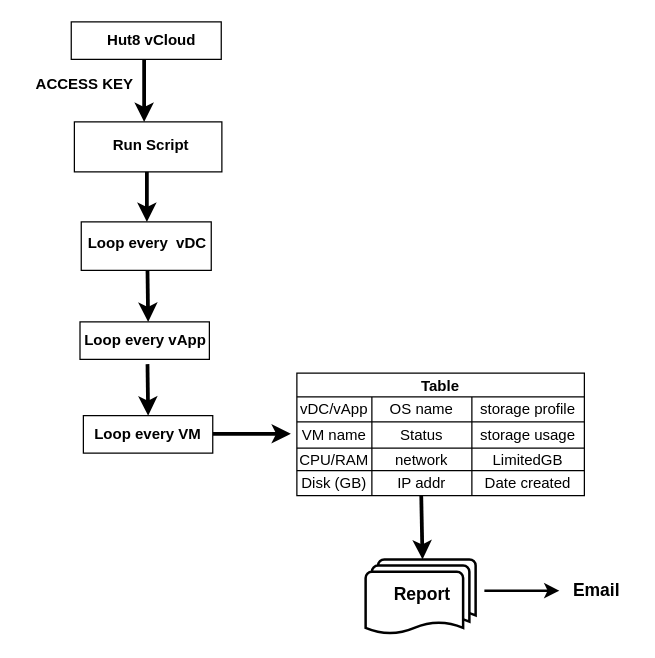
shfy70/test keeps this draw.io diagram as Untitled Diagram.drawio. Above is the earlier version. Source tidied: cells renumbered, new cells numbered last; positions are measured from the earlier drawing's top-left corner, leaving out a move shared by most shapes. Both pictures are drawn from the tidied source at 125%, with x=0, y=0 at pixel (21, 21).
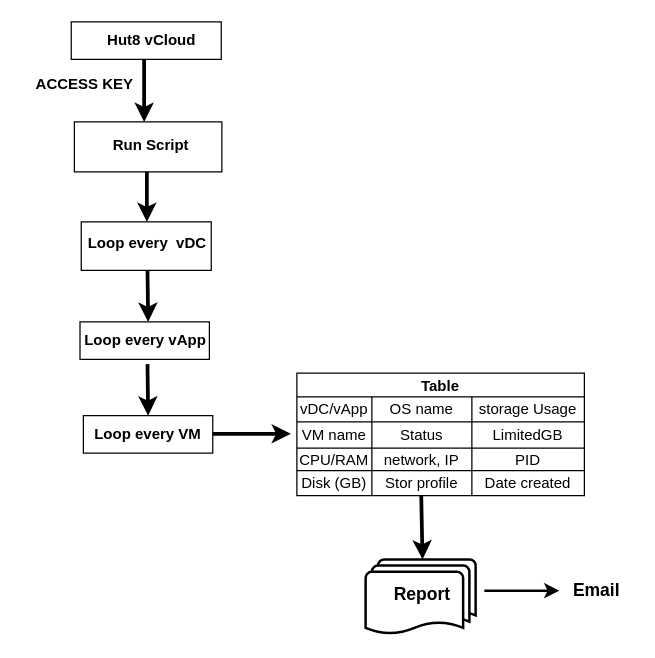
The same diagram, later.

The change refers to these unchanged cells:
```xml
<mxCell id="16" style="shape=tableRow;horizontal=0;startSize=0;swimlaneHead=0;swimlaneBody=0;top=0;left=0;bottom=0;right=0;fillColor=none;" parent="15" vertex="1">
  <mxGeometry y="19" width="230" height="20" as="geometry" />
</mxCell>
<mxCell id="20" style="shape=tableRow;horizontal=0;startSize=0;swimlaneHead=0;swimlaneBody=0;top=0;left=0;bottom=0;right=0;fillColor=none;" parent="15" vertex="1">
  <mxGeometry y="39" width="230" height="21" as="geometry" />
</mxCell>
<mxCell id="24" style="shape=tableRow;horizontal=0;startSize=0;swimlaneHead=0;swimlaneBody=0;top=0;left=0;bottom=0;right=0;fillColor=none;" parent="15" vertex="1">
  <mxGeometry y="60" width="230" height="18" as="geometry" />
</mxCell>
<mxCell id="28" style="shape=tableRow;horizontal=0;startSize=0;swimlaneHead=0;swimlaneBody=0;top=0;left=0;bottom=0;right=0;fillColor=none;" parent="15" vertex="1">
  <mxGeometry y="78" width="230" height="20" as="geometry" />
</mxCell>
```

The edit, as a diff of the source:
```diff
@@
-    <mxCell id="19" value="storage profile" style="shape=partialRectangle;html=1;whiteSpace=wrap;fillColor=none;top=0;left=0;bottom=0;right=0;overflow=hidden;" parent="16" vertex="1">
+    <mxCell id="19" value="storage Usage" style="shape=partialRectangle;html=1;whiteSpace=wrap;fillColor=none;top=0;left=0;bottom=0;right=0;overflow=hidden;" parent="16" vertex="1">
       <mxGeometry x="140" width="90" height="20" as="geometry" />
     </mxCell>
@@
-    <mxCell id="23" value="storage usage" style="shape=partialRectangle;html=1;whiteSpace=wrap;fillColor=none;top=0;left=0;bottom=0;right=0;overflow=hidden;" parent="20" vertex="1">
+    <mxCell id="23" value="LimitedGB" style="shape=partialRectangle;html=1;whiteSpace=wrap;fillColor=none;top=0;left=0;bottom=0;right=0;overflow=hidden;" parent="20" vertex="1">
       <mxGeometry x="140" width="90" height="21" as="geometry" />
     </mxCell>
@@
-    <mxCell id="26" value="network" style="shape=partialRectangle;html=1;whiteSpace=wrap;fillColor=none;top=0;left=0;bottom=0;right=0;overflow=hidden;" parent="24" vertex="1">
+    <mxCell id="26" value="network, IP" style="shape=partialRectangle;html=1;whiteSpace=wrap;fillColor=none;top=0;left=0;bottom=0;right=0;overflow=hidden;" parent="24" vertex="1">
       <mxGeometry x="60" width="80" height="18" as="geometry" />
     </mxCell>
-    <mxCell id="27" value="LimitedGB" style="shape=partialRectangle;html=1;whiteSpace=wrap;fillColor=none;top=0;left=0;bottom=0;right=0;overflow=hidden;" parent="24" vertex="1">
+    <mxCell id="27" value="PID" style="shape=partialRectangle;html=1;whiteSpace=wrap;fillColor=none;top=0;left=0;bottom=0;right=0;overflow=hidden;" parent="24" vertex="1">
       <mxGeometry x="140" width="90" height="18" as="geometry" />
     </mxCell>
@@
-    <mxCell id="30" value="IP addr" style="shape=partialRectangle;html=1;whiteSpace=wrap;fillColor=none;top=0;left=0;bottom=0;right=0;overflow=hidden;" parent="28" vertex="1">
+    <mxCell id="30" value="Stor profile" style="shape=partialRectangle;html=1;whiteSpace=wrap;fillColor=none;top=0;left=0;bottom=0;right=0;overflow=hidden;" parent="28" vertex="1">
       <mxGeometry x="60" width="80" height="20" as="geometry" />
     </mxCell>
```
